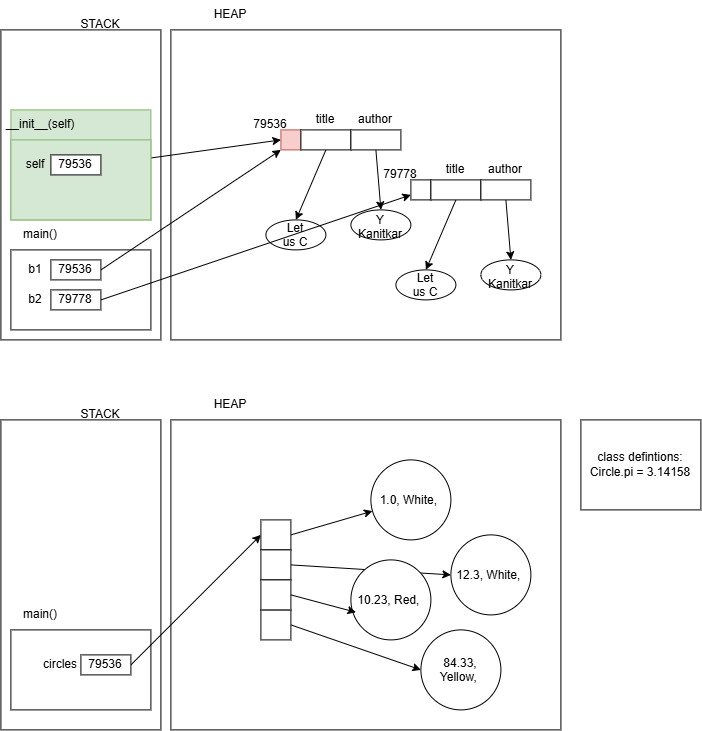
This is Day_06/concepts.dio.png from Abiads/20260824-bangalore-python, a draw.io export, as it was before one commit. Source tidied: cells renumbered, new cells last; positions are measured from the earlier drawing's top-left corner, leaving out a move shared by most shapes.
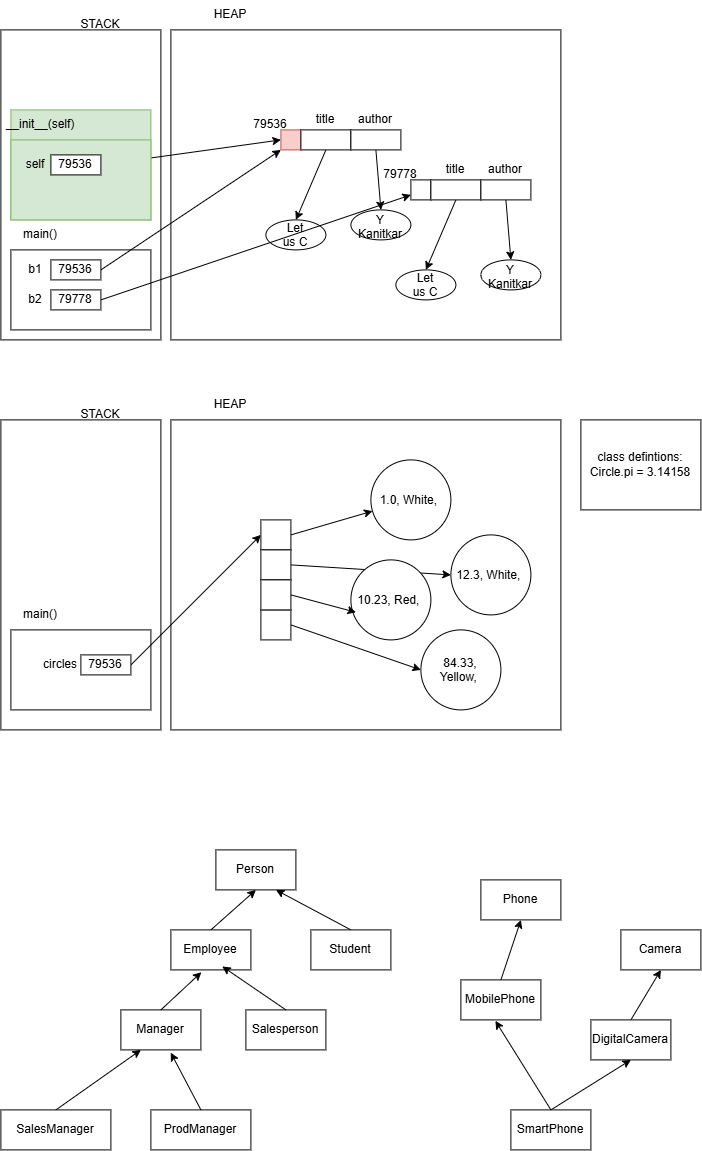
After the commit.

Change to the diagram source:
```diff
@@ -188,5 +188,71 @@
     <mxCell id="63" value="class defintions:&lt;div&gt;Circle.pi = 3.14158&lt;/div&gt;" style="rounded=0;whiteSpace=wrap;html=1;" parent="1" vertex="1">
       <mxGeometry x="580" y="420" width="120" height="90" as="geometry" />
     </mxCell>
+    <mxCell id="64" value="Person" style="rounded=0;whiteSpace=wrap;html=1;" parent="1" vertex="1">
+      <mxGeometry x="215" y="850" width="80" height="40" as="geometry" />
+    </mxCell>
+    <mxCell id="65" style="edgeStyle=none;html=1;exitX=0.5;exitY=0;exitDx=0;exitDy=0;entryX=0.5;entryY=1;entryDx=0;entryDy=0;" parent="1" edge="1" source="66" target="64">
+      <mxGeometry relative="1" as="geometry" />
+    </mxCell>
+    <mxCell id="66" value="Employee" style="rounded=0;whiteSpace=wrap;html=1;" parent="1" vertex="1">
+      <mxGeometry x="170" y="930" width="80" height="40" as="geometry" />
+    </mxCell>
+    <mxCell id="67" value="Manager" style="rounded=0;whiteSpace=wrap;html=1;" parent="1" vertex="1">
+      <mxGeometry x="120" y="1010" width="80" height="40" as="geometry" />
+    </mxCell>
+    <mxCell id="68" style="edgeStyle=none;html=1;exitX=0.5;exitY=0;exitDx=0;exitDy=0;entryX=0.381;entryY=1.058;entryDx=0;entryDy=0;entryPerimeter=0;" parent="1" edge="1" source="67" target="66">
+      <mxGeometry relative="1" as="geometry" />
+    </mxCell>
+    <mxCell id="69" value="Salesperson" style="rounded=0;whiteSpace=wrap;html=1;" parent="1" vertex="1">
+      <mxGeometry x="245" y="1010" width="80" height="40" as="geometry" />
+    </mxCell>
+    <mxCell id="70" style="edgeStyle=none;html=1;exitX=0.5;exitY=0;exitDx=0;exitDy=0;entryX=0.642;entryY=0.913;entryDx=0;entryDy=0;entryPerimeter=0;" parent="1" edge="1" source="69" target="66">
+      <mxGeometry relative="1" as="geometry" />
+    </mxCell>
+    <mxCell id="71" style="edgeStyle=none;html=1;exitX=0.5;exitY=0;exitDx=0;exitDy=0;entryX=0.75;entryY=1;entryDx=0;entryDy=0;" parent="1" edge="1" source="72" target="64">
+      <mxGeometry relative="1" as="geometry" />
+    </mxCell>
+    <mxCell id="72" value="Student" style="rounded=0;whiteSpace=wrap;html=1;" parent="1" vertex="1">
+      <mxGeometry x="310" y="930" width="80" height="40" as="geometry" />
+    </mxCell>
+    <mxCell id="73" style="edgeStyle=none;html=1;exitX=0.5;exitY=0;exitDx=0;exitDy=0;entryX=0.25;entryY=1;entryDx=0;entryDy=0;" parent="1" edge="1" source="74" target="67">
+      <mxGeometry relative="1" as="geometry" />
+    </mxCell>
+    <mxCell id="74" value="SalesManager" style="rounded=0;whiteSpace=wrap;html=1;" parent="1" vertex="1">
+      <mxGeometry y="1110" width="110" height="40" as="geometry" />
+    </mxCell>
+    <mxCell id="75" value="ProdManager" style="rounded=0;whiteSpace=wrap;html=1;" parent="1" vertex="1">
+      <mxGeometry x="150" y="1110" width="100" height="40" as="geometry" />
+    </mxCell>
+    <mxCell id="76" style="edgeStyle=none;html=1;exitX=0.5;exitY=0;exitDx=0;exitDy=0;entryX=0.623;entryY=1.069;entryDx=0;entryDy=0;entryPerimeter=0;" parent="1" edge="1" source="75" target="67">
+      <mxGeometry relative="1" as="geometry" />
+    </mxCell>
+    <mxCell id="77" value="Phone" style="rounded=0;whiteSpace=wrap;html=1;" parent="1" vertex="1">
+      <mxGeometry x="480" y="880" width="80" height="40" as="geometry" />
+    </mxCell>
+    <mxCell id="78" style="edgeStyle=none;html=1;exitX=0.5;exitY=0;exitDx=0;exitDy=0;entryX=0.5;entryY=1;entryDx=0;entryDy=0;" parent="1" edge="1" source="79" target="77">
+      <mxGeometry relative="1" as="geometry" />
+    </mxCell>
+    <mxCell id="79" value="MobilePhone" style="rounded=0;whiteSpace=wrap;html=1;" parent="1" vertex="1">
+      <mxGeometry x="460" y="980" width="80" height="40" as="geometry" />
+    </mxCell>
+    <mxCell id="80" style="edgeStyle=none;html=1;exitX=0.5;exitY=0;exitDx=0;exitDy=0;entryX=0.5;entryY=1;entryDx=0;entryDy=0;" parent="1" edge="1" source="81" target="84">
+      <mxGeometry relative="1" as="geometry" />
+    </mxCell>
+    <mxCell id="81" value="SmartPhone" style="rounded=0;whiteSpace=wrap;html=1;" parent="1" vertex="1">
+      <mxGeometry x="510" y="1110" width="80" height="40" as="geometry" />
+    </mxCell>
+    <mxCell id="82" style="edgeStyle=none;html=1;exitX=0.5;exitY=0;exitDx=0;exitDy=0;entryX=0.431;entryY=1.023;entryDx=0;entryDy=0;entryPerimeter=0;" parent="1" edge="1" source="81" target="79">
+      <mxGeometry relative="1" as="geometry" />
+    </mxCell>
+    <mxCell id="83" style="edgeStyle=none;html=1;exitX=0.5;exitY=0;exitDx=0;exitDy=0;entryX=0.5;entryY=1;entryDx=0;entryDy=0;" parent="1" edge="1" source="84" target="85">
+      <mxGeometry relative="1" as="geometry" />
+    </mxCell>
+    <mxCell id="84" value="DigitalCamera" style="rounded=0;whiteSpace=wrap;html=1;" parent="1" vertex="1">
+      <mxGeometry x="590" y="1020" width="80" height="40" as="geometry" />
+    </mxCell>
+    <mxCell id="85" value="Camera" style="rounded=0;whiteSpace=wrap;html=1;" parent="1" vertex="1">
+      <mxGeometry x="620" y="930" width="80" height="40" as="geometry" />
+    </mxCell>
   </root>
 </mxGraphModel>
```
